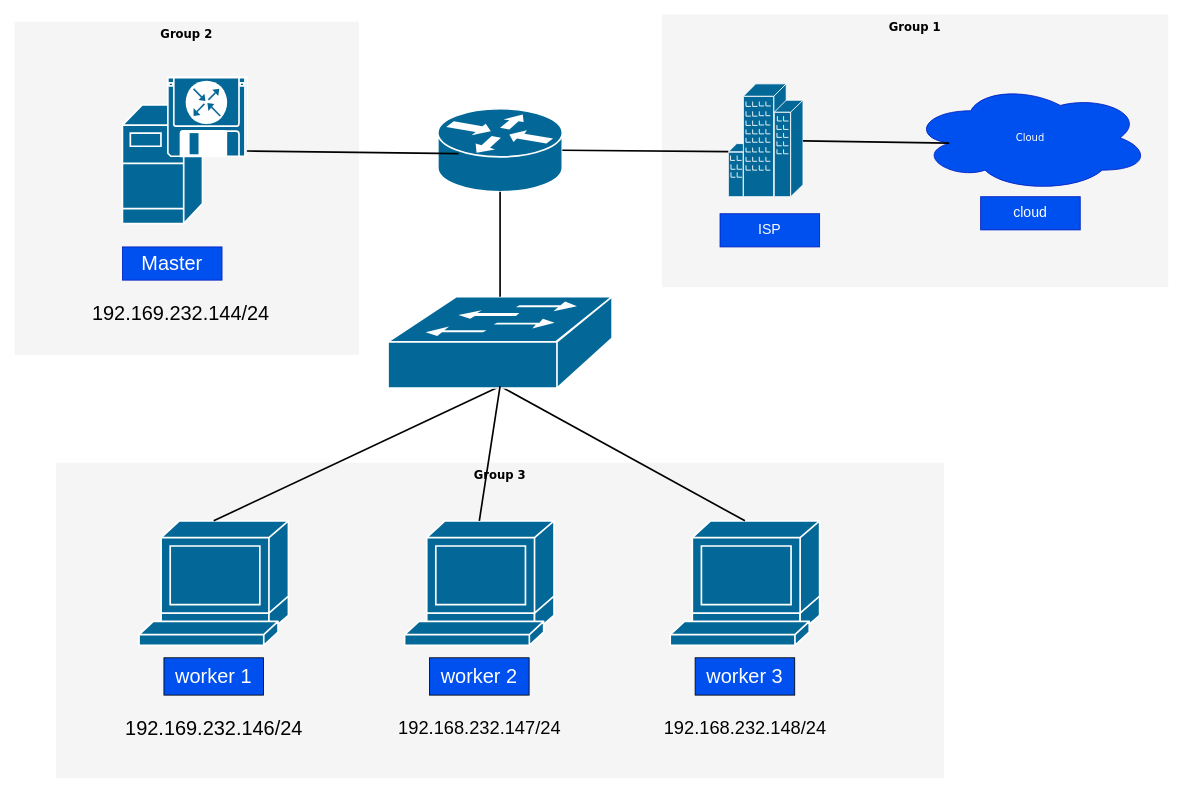
The draw.io diagram Diagramme sans nom.drawio in AyoubTe/AyoubTe, before the edit. Source tidied: cells renumbered, new cells numbered last; positions are measured from the earlier drawing's top-left corner, leaving out a move shared by most shapes. Both pictures are drawn from the tidied source at 83%, with x=0, y=0 at pixel (14, 14).
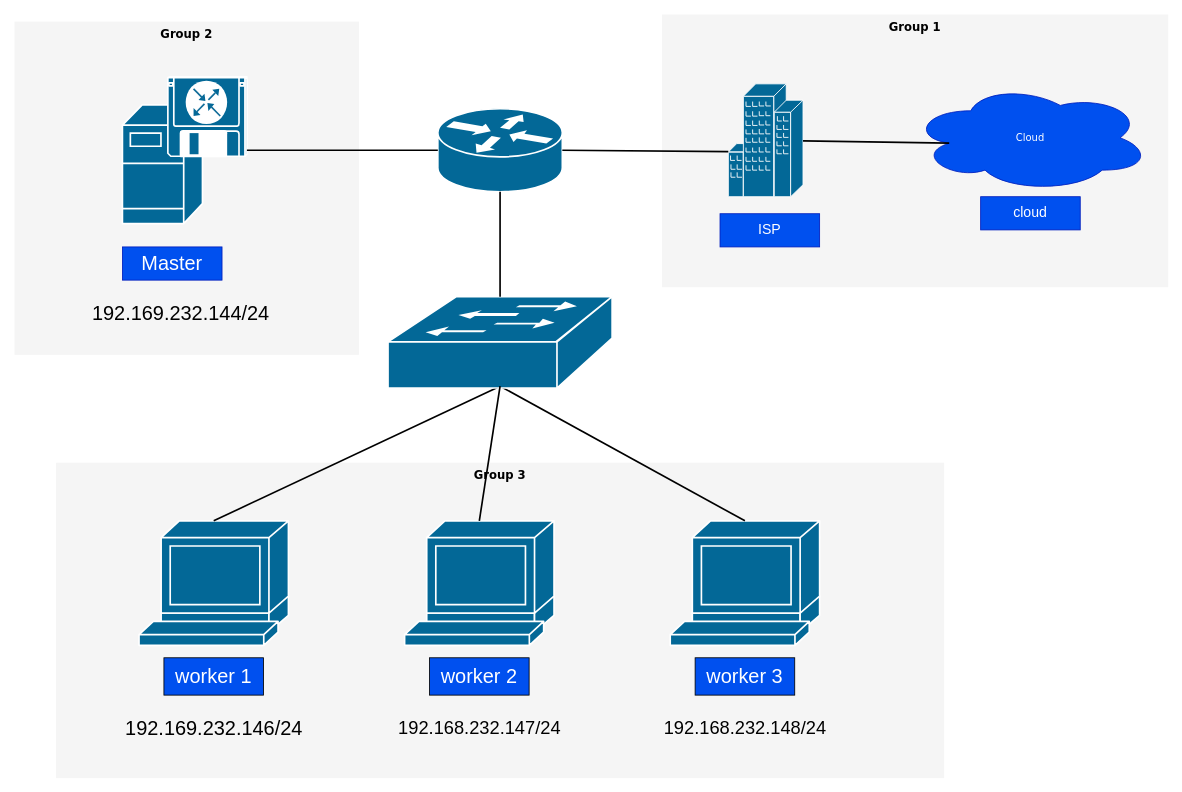
The same page after the edit.

Commit message (it also covers changes not shown here):
Mettre à jour Diagramme sans nom.drawio

The change refers to these unchanged cells:
```xml
<mxCell id="6" style="shape=mxgraph.cisco.routers.router;html=1;dashed=0;fillColor=#036897;strokeColor=#ffffff;strokeWidth=2;verticalLabelPosition=bottom;verticalAlign=top;rounded=0;shadow=0;comic=0;fontFamily=Verdana;fontSize=12;" parent="1" vertex="1">
  <mxGeometry x="510" y="113.5" width="150" height="100" as="geometry" />
</mxCell>
<mxCell id="8" style="shape=mxgraph.cisco.servers.software_based_server;sketch=0;html=1;dashed=0;fillColor=#036897;strokeColor=#ffffff;strokeWidth=2;verticalLabelPosition=bottom;verticalAlign=top;align=center;outlineConnect=0;" parent="1" vertex="1">
  <mxGeometry x="130" y="75" width="150" height="177" as="geometry" />
</mxCell>
```

Diff of the diagram source:
```diff
@@
-    <mxCell id="18" style="endArrow=none;html=1;rounded=0;strokeWidth=2;strokeColor=#000000;entryX=0.167;entryY=0.54;entryDx=0;entryDy=0;entryPerimeter=0;" parent="1" edge="1" source="8" target="6">
+    <mxCell id="18" style="endArrow=none;html=1;rounded=0;strokeWidth=2;strokeColor=#000000;entryX=0;entryY=0.5;entryDx=0;entryDy=0;entryPerimeter=0;" parent="1" edge="1" source="8" target="6">
       <mxGeometry relative="1" as="geometry" />
     </mxCell>
```
